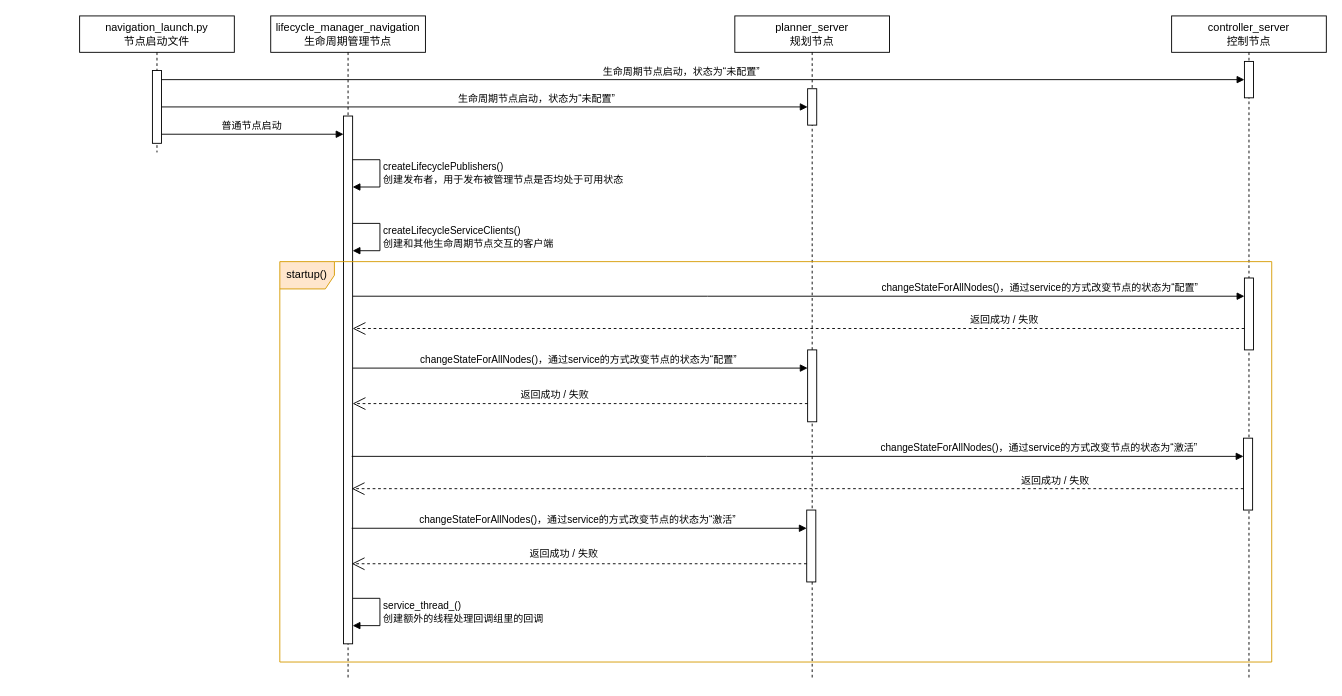
Above: Nav2节点启动时序图.drawio in gavin228/iodraw-files (draw.io), before the change. Source tidied: cells renumbered, new cells numbered last; positions are measured from the earlier drawing's top-left corner, leaving out a move shared by most shapes. Both pictures are drawn from the tidied source at 91%, with x=0, y=0 at pixel (79, 15).
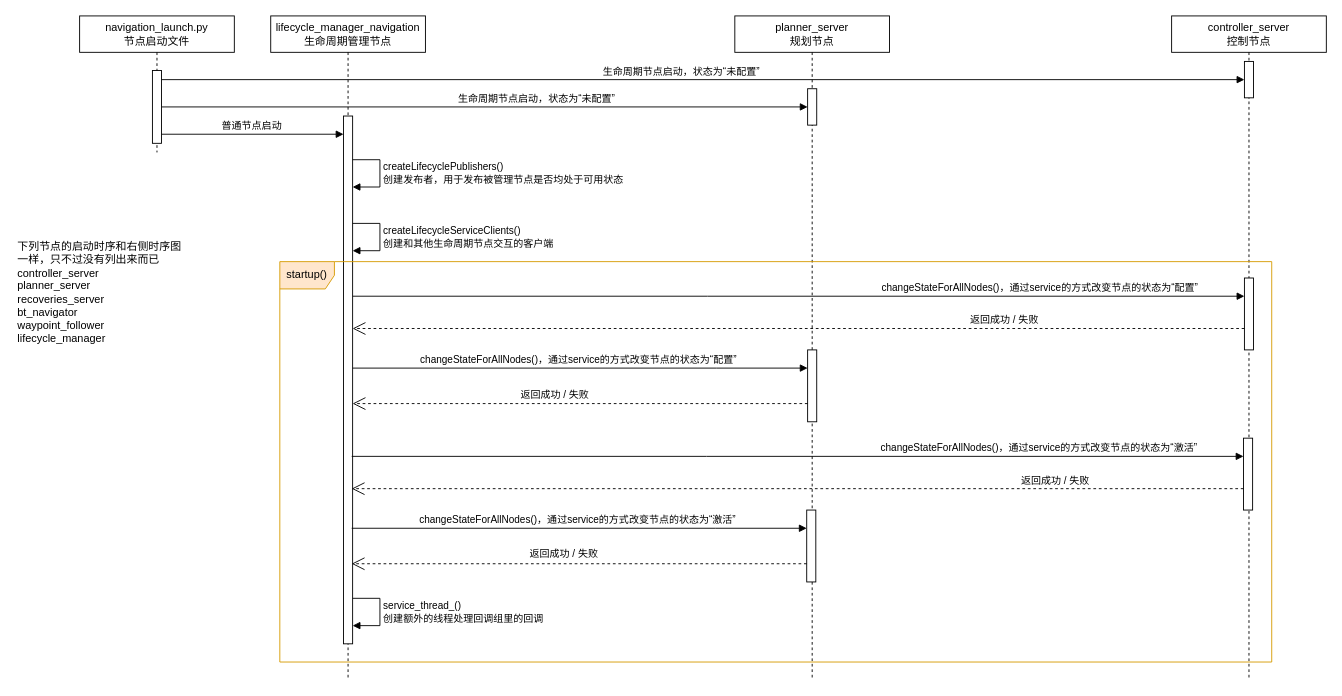
The same page after the edit.

Commit message:
更新Nav2节点启动时序图.drawio

Change to the diagram source:
```diff
@@
+    <mxCell id="33" value="下列节点的启动时序和右侧时序图一样，只不过没有列出来而已&#10;controller_server&#10;planner_server&#10;recoveries_server&#10;bt_navigator&#10;waypoint_follower&#10;lifecycle_manager" style="text;whiteSpace=wrap;horizontal=1;" parent="1" vertex="1">
+      <mxGeometry x="-70" y="240" width="190" height="130" as="geometry" />
+    </mxCell>
```
